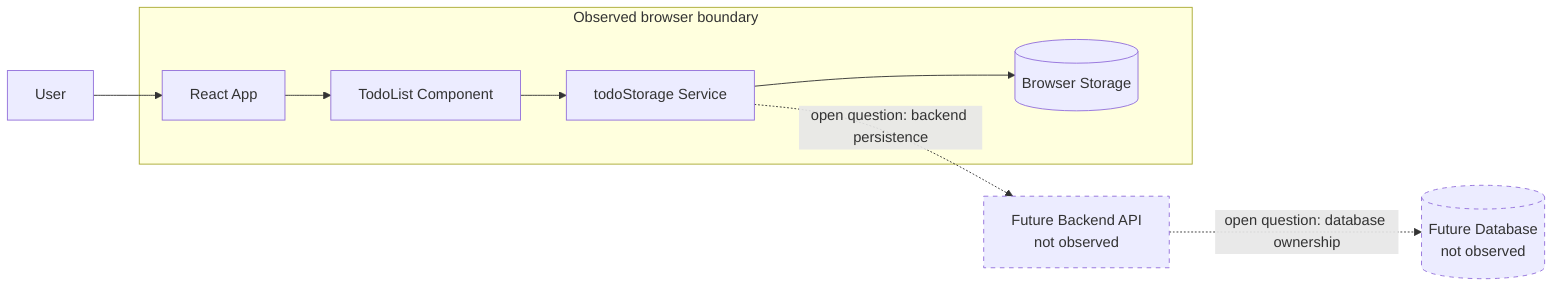
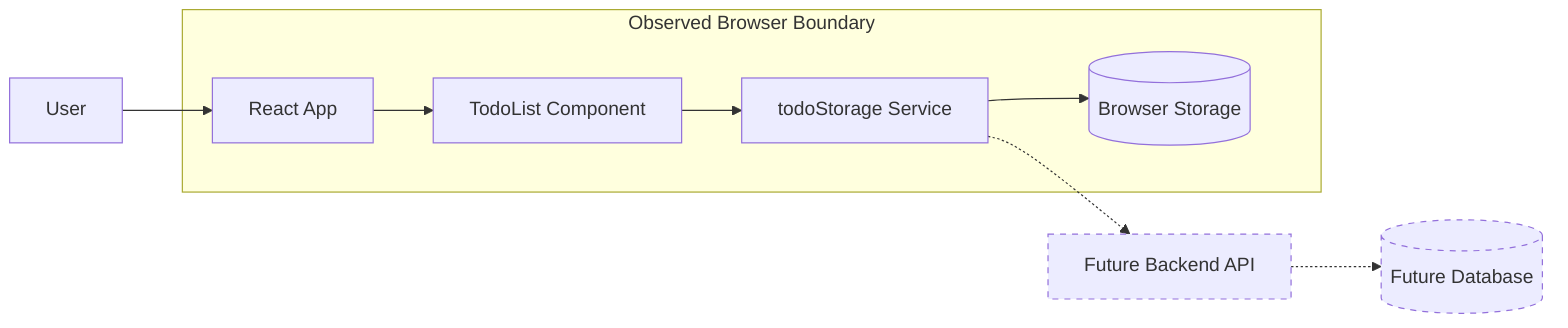
flowchart LR
  %% Observed from provided file tree and signals.
+   %% Future Backend API and Future Database are not observed.
+   %% Dotted edges are open questions, not confirmed architecture.
+ 
  User[User] --> App

-   subgraph Browser["Observed browser boundary"]
+   subgraph BrowserBoundary[Observed Browser Boundary]
    App[React App]
    TodoList[TodoList Component]
    TodoStorage[todoStorage Service]
    BrowserStorage[(Browser Storage)]

    App --> TodoList
    TodoList --> TodoStorage
    TodoStorage --> BrowserStorage
  end

-   %% Not observed. Included only because the user request is before adding a backend.
-   BackendAPI[Future Backend API<br/>not observed]:::future
-   Database[(Future Database<br/>not observed)]:::future
+   BackendAPI[Future Backend API]:::future
+   Database[(Future Database)]:::future

-   TodoStorage -. "open question: backend persistence" .-> BackendAPI
-   BackendAPI -. "open question: database ownership" .-> Database
+   TodoStorage -.-> BackendAPI
+   BackendAPI -.-> Database

  classDef future stroke-dasharray: 5 5;
